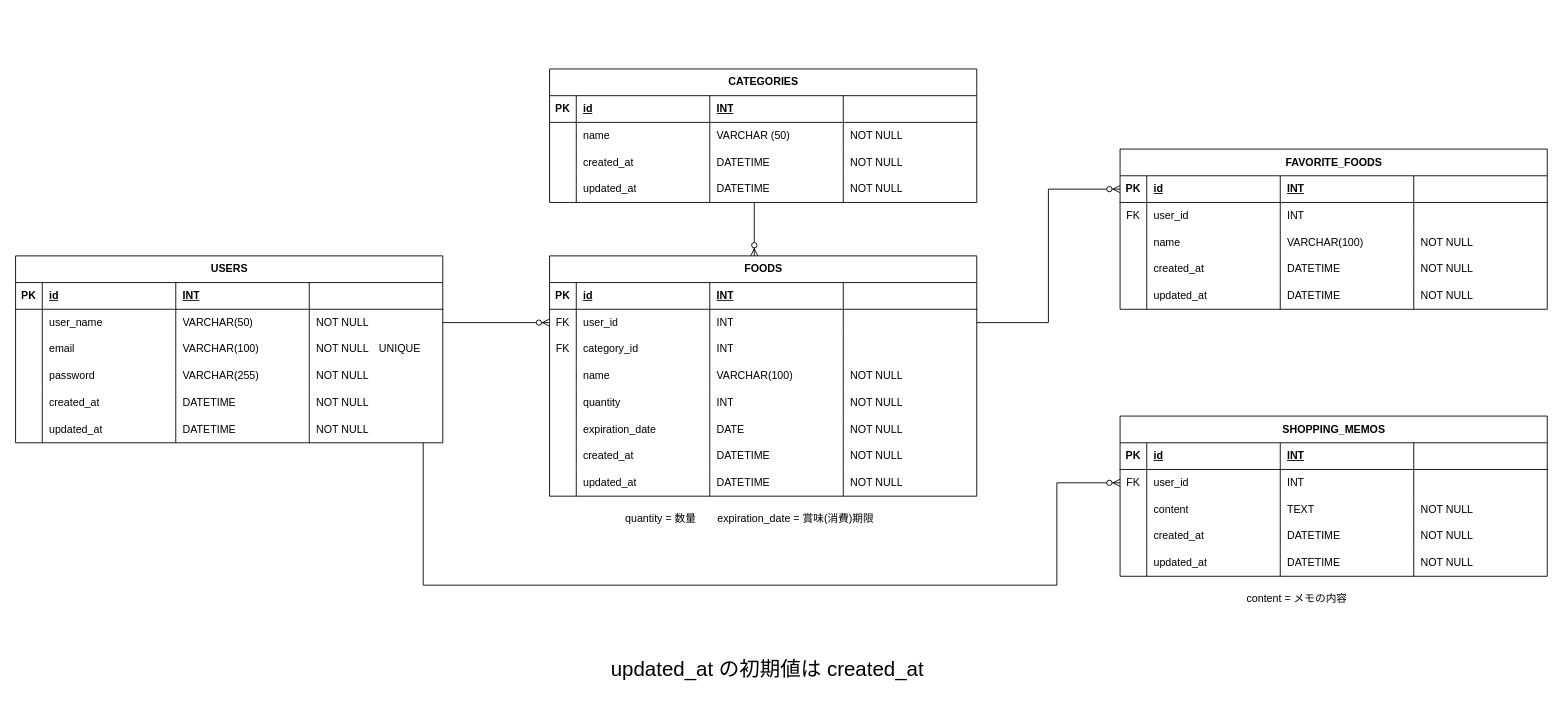
Before: docs/er_diagram.drawio in Team-Eproject/Team-Eproject, a draw.io diagram. Source tidied: cells renumbered, new cells numbered last; positions are measured from the earlier drawing's top-left corner, leaving out a move shared by most shapes. Both pictures are drawn from the tidied source at 89%, with x=0, y=0 at pixel (15, 69).
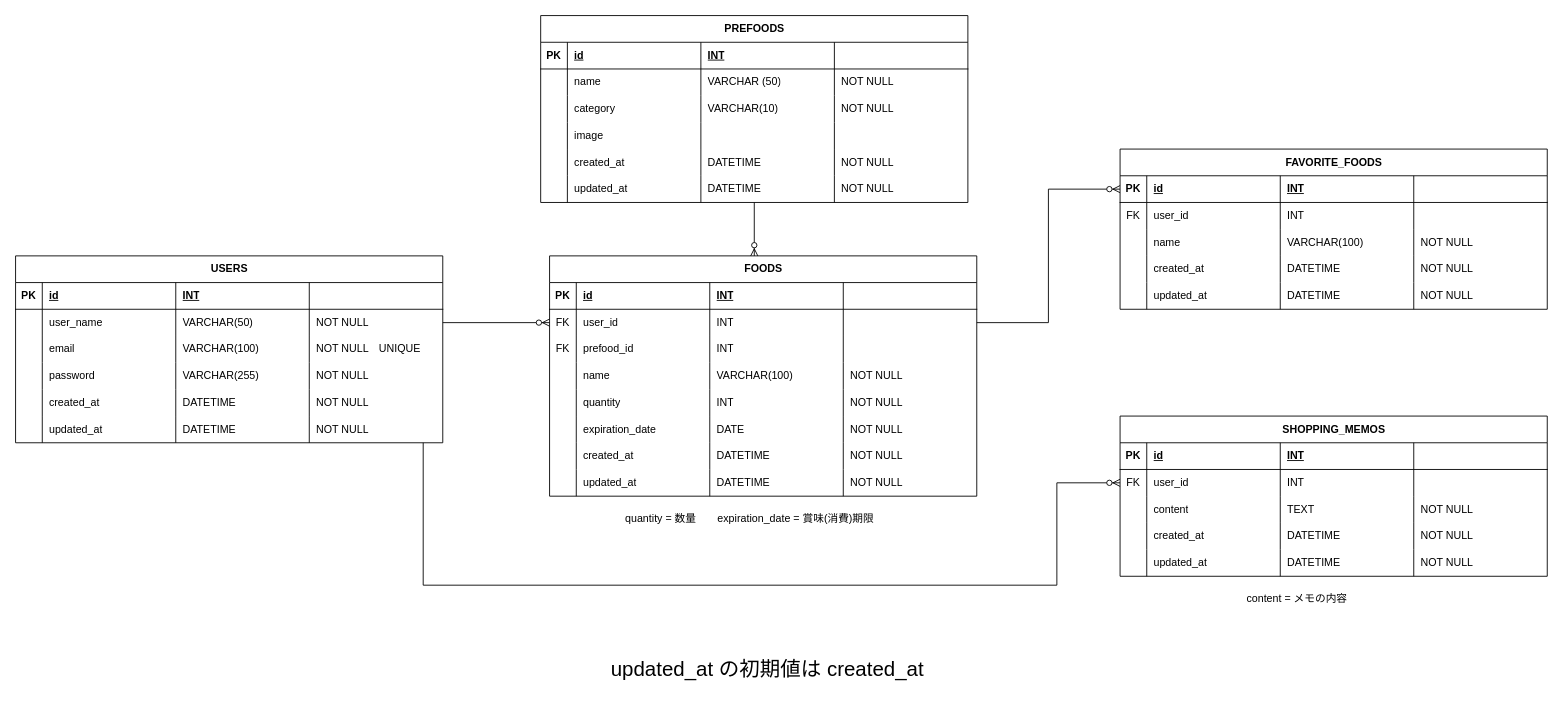
The same page after the edit.

Commit message:
ER図の更新しました

The change refers to these unchanged cells:
```xml
<mxCell id="65" style="shape=tableRow;horizontal=0;startSize=0;swimlaneHead=0;swimlaneBody=0;fillColor=none;top=0;left=0;right=0;bottom=0;" parent="54" vertex="1">
  <mxGeometry y="90" width="480" height="30" as="geometry" />
</mxCell>
```

What changed in the source:
```diff
@@
-    <mxCell id="2" value="CATEGORIES" style="shape=table;startSize=30;childLayout=tableLayout;rowLines=0;fontStyle=1;align=center;html=1;" parent="1" vertex="1">
-      <mxGeometry x="600" width="480" height="150" as="geometry" />
+    <mxCell id="2" value="PREFOODS" style="shape=table;startSize=30;childLayout=tableLayout;rowLines=0;fontStyle=1;align=center;html=1;" parent="1" vertex="1">
+      <mxGeometry x="590" y="-60" width="480" height="210" as="geometry" />
     </mxCell>
@@
+    <mxCell id="154" style="shape=tableRow;horizontal=0;startSize=0;swimlaneHead=0;swimlaneBody=0;fillColor=none;top=0;left=0;right=0;bottom=0;" parent="2" vertex="1">
+      <mxGeometry y="90" width="480" height="30" as="geometry" />
+    </mxCell>
+    <mxCell id="155" style="shape=partialRectangle;fillColor=none;top=0;left=0;bottom=0;right=0;overflow=hidden;whiteSpace=wrap;html=1;" parent="154" vertex="1">
+      <mxGeometry width="30" height="30" as="geometry" />
+    </mxCell>
+    <mxCell id="156" value="category" style="shape=partialRectangle;fillColor=none;top=0;left=0;bottom=0;right=0;align=left;spacingLeft=6;overflow=hidden;whiteSpace=wrap;html=1;" parent="154" vertex="1">
+      <mxGeometry x="30" width="150" height="30" as="geometry" />
+    </mxCell>
+    <mxCell id="157" value="VARCHAR(10)" style="shape=partialRectangle;fillColor=none;top=0;left=0;bottom=0;right=0;align=left;spacingLeft=6;overflow=hidden;whiteSpace=wrap;html=1;" parent="154" vertex="1">
+      <mxGeometry x="180" width="150" height="30" as="geometry" />
+    </mxCell>
+    <mxCell id="158" value="NOT NULL" style="shape=partialRectangle;fillColor=none;top=0;left=0;bottom=0;right=0;align=left;spacingLeft=6;overflow=hidden;whiteSpace=wrap;html=1;" parent="154" vertex="1">
+      <mxGeometry x="330" width="150" height="30" as="geometry" />
+    </mxCell>
     <mxCell id="13" style="shape=tableRow;horizontal=0;startSize=0;swimlaneHead=0;swimlaneBody=0;fillColor=none;top=0;left=0;right=0;bottom=0;" parent="2" vertex="1">
-      <mxGeometry y="90" width="480" height="30" as="geometry" />
+      <mxGeometry y="120" width="480" height="30" as="geometry" />
     </mxCell>
@@
-    <mxCell id="15" value="created_at" style="shape=partialRectangle;fillColor=none;top=0;left=0;bottom=0;right=0;align=left;spacingLeft=6;overflow=hidden;whiteSpace=wrap;html=1;" parent="13" vertex="1">
+    <mxCell id="15" value="image" style="shape=partialRectangle;fillColor=none;top=0;left=0;bottom=0;right=0;align=left;spacingLeft=6;overflow=hidden;whiteSpace=wrap;html=1;" parent="13" vertex="1">
       <mxGeometry x="30" width="150" height="30" as="geometry" />
     </mxCell>
-    <mxCell id="16" value="DATETIME" style="shape=partialRectangle;fillColor=none;top=0;left=0;bottom=0;right=0;align=left;spacingLeft=6;overflow=hidden;whiteSpace=wrap;html=1;" parent="13" vertex="1">
+    <mxCell id="16" style="shape=partialRectangle;fillColor=none;top=0;left=0;bottom=0;right=0;align=left;spacingLeft=6;overflow=hidden;whiteSpace=wrap;html=1;" parent="13" vertex="1">
       <mxGeometry x="180" width="150" height="30" as="geometry" />
     </mxCell>
-    <mxCell id="17" value="NOT NULL" style="shape=partialRectangle;fillColor=none;top=0;left=0;bottom=0;right=0;align=left;spacingLeft=6;overflow=hidden;whiteSpace=wrap;html=1;" parent="13" vertex="1">
+    <mxCell id="17" style="shape=partialRectangle;fillColor=none;top=0;left=0;bottom=0;right=0;align=left;spacingLeft=6;overflow=hidden;whiteSpace=wrap;html=1;" parent="13" vertex="1">
       <mxGeometry x="330" width="150" height="30" as="geometry" />
     </mxCell>
+    <mxCell id="159" style="shape=tableRow;horizontal=0;startSize=0;swimlaneHead=0;swimlaneBody=0;fillColor=none;top=0;left=0;right=0;bottom=0;" parent="2" vertex="1">
+      <mxGeometry y="150" width="480" height="30" as="geometry" />
+    </mxCell>
+    <mxCell id="160" style="shape=partialRectangle;fillColor=none;top=0;left=0;bottom=0;right=0;overflow=hidden;whiteSpace=wrap;html=1;" parent="159" vertex="1">
+      <mxGeometry width="30" height="30" as="geometry" />
+    </mxCell>
+    <mxCell id="161" value="created_at" style="shape=partialRectangle;fillColor=none;top=0;left=0;bottom=0;right=0;align=left;spacingLeft=6;overflow=hidden;whiteSpace=wrap;html=1;" parent="159" vertex="1">
+      <mxGeometry x="30" width="150" height="30" as="geometry" />
+    </mxCell>
+    <mxCell id="162" value="DATETIME" style="shape=partialRectangle;fillColor=none;top=0;left=0;bottom=0;right=0;align=left;spacingLeft=6;overflow=hidden;whiteSpace=wrap;html=1;" parent="159" vertex="1">
+      <mxGeometry x="180" width="150" height="30" as="geometry" />
+    </mxCell>
+    <mxCell id="163" value="NOT NULL" style="shape=partialRectangle;fillColor=none;top=0;left=0;bottom=0;right=0;align=left;spacingLeft=6;overflow=hidden;whiteSpace=wrap;html=1;" parent="159" vertex="1">
+      <mxGeometry x="330" width="150" height="30" as="geometry" />
+    </mxCell>
     <mxCell id="18" style="shape=tableRow;horizontal=0;startSize=0;swimlaneHead=0;swimlaneBody=0;fillColor=none;top=0;left=0;right=0;bottom=0;" parent="2" vertex="1">
-      <mxGeometry y="120" width="480" height="30" as="geometry" />
+      <mxGeometry y="180" width="480" height="30" as="geometry" />
     </mxCell>
@@
-    <mxCell id="67" value="category_id" style="shape=partialRectangle;fillColor=none;top=0;left=0;bottom=0;right=0;align=left;spacingLeft=6;overflow=hidden;whiteSpace=wrap;html=1;" parent="65" vertex="1">
+    <mxCell id="67" value="prefood_id" style="shape=partialRectangle;fillColor=none;top=0;left=0;bottom=0;right=0;align=left;spacingLeft=6;overflow=hidden;whiteSpace=wrap;html=1;" parent="65" vertex="1">
       <mxGeometry x="30" width="150" height="30" as="geometry" />
     </mxCell>
```
